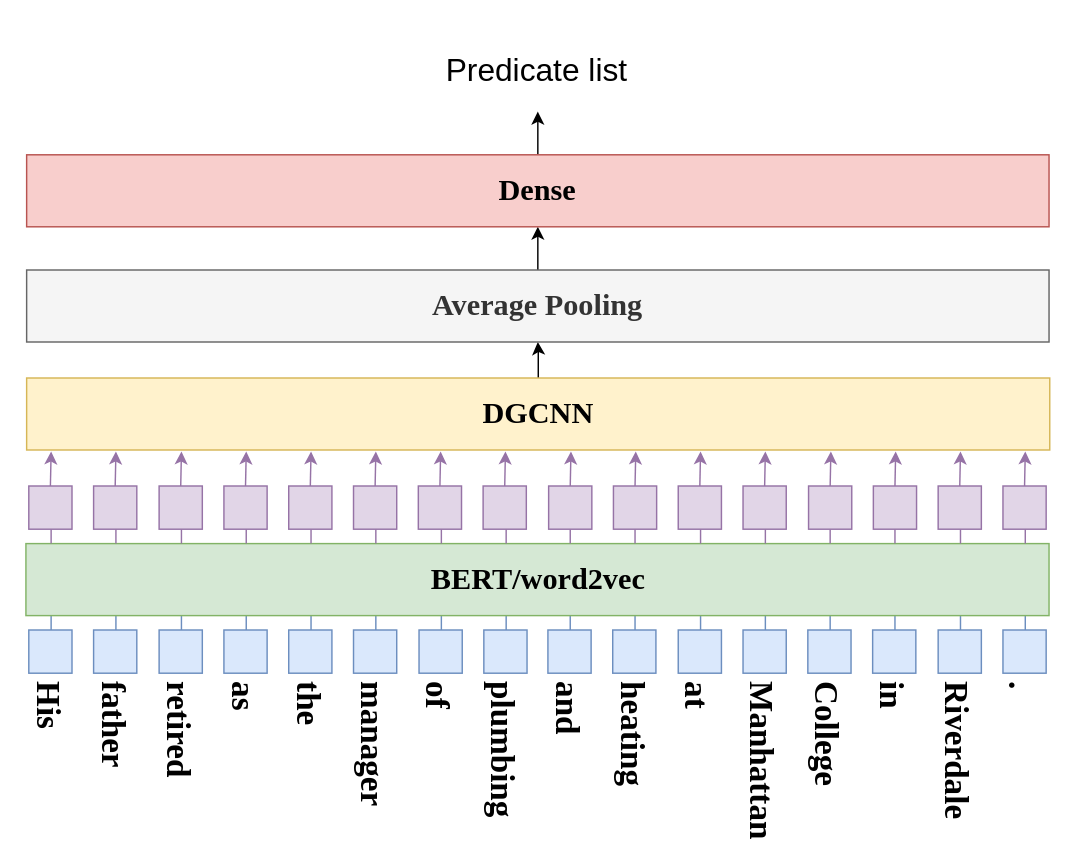
Before: Untitled Diagram.drawio in hcscctv/testforsolidity, a draw.io diagram. Source tidied: cells renumbered, new cells numbered last; positions are measured from the earlier drawing's top-left corner, leaving out a move shared by most shapes. Both pictures are drawn from the tidied source at 144%, with x=0, y=0 at pixel (17, 24).
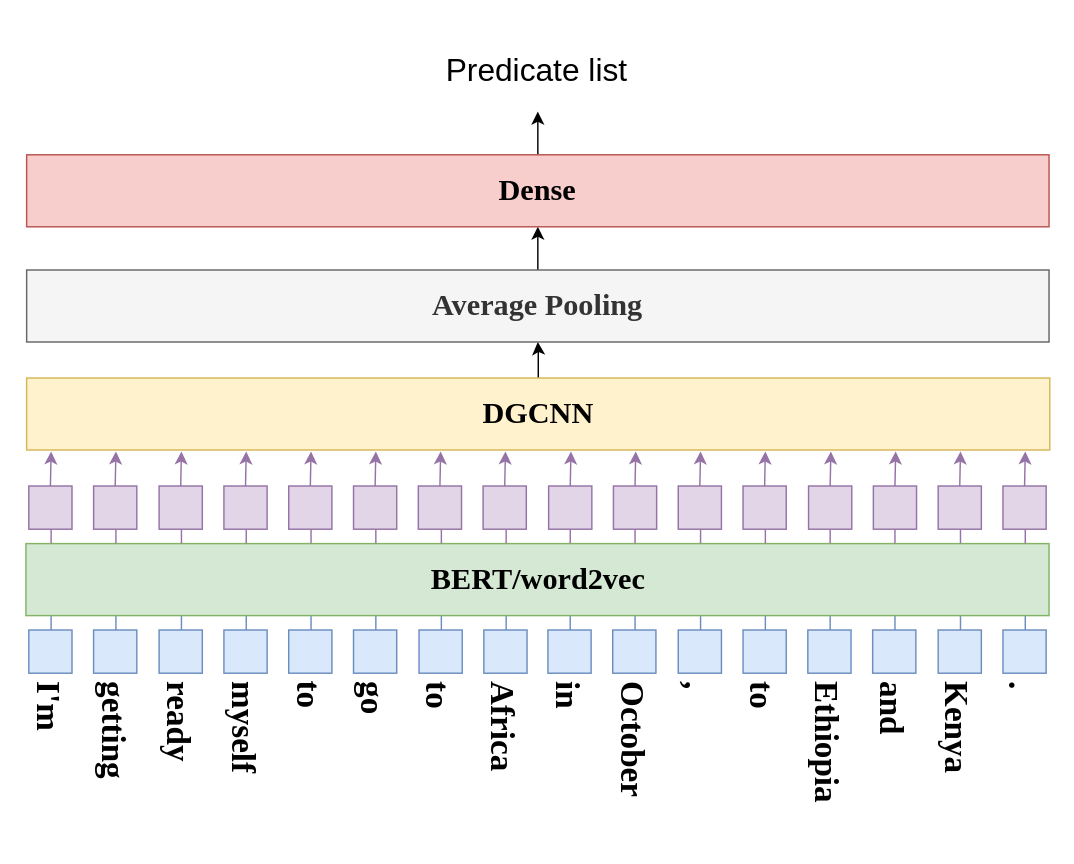
After the change.

Diff of the diagram source:
```diff
@@
-    <mxCell id="3" value="&lt;font style=&quot;font-size: 23px&quot; face=&quot;Times New Roman&quot;&gt;&lt;b&gt;His&lt;/b&gt;&lt;/font&gt;" style="text;html=1;strokeColor=none;fillColor=none;align=left;verticalAlign=middle;whiteSpace=wrap;rounded=0;rotation=90;" parent="1" vertex="1">
+    <mxCell id="3" value="&lt;font style=&quot;font-size: 23px&quot; face=&quot;Times New Roman&quot;&gt;&lt;b&gt;I'm&lt;/b&gt;&lt;/font&gt;" style="text;html=1;strokeColor=none;fillColor=none;align=left;verticalAlign=middle;whiteSpace=wrap;rounded=0;rotation=90;" parent="1" vertex="1">
       <mxGeometry y="461" width="45" height="30" as="geometry" />
     </mxCell>
-    <mxCell id="4" value="&lt;font style=&quot;font-size: 23px&quot; face=&quot;Times New Roman&quot;&gt;&lt;b&gt;father&lt;/b&gt;&lt;/font&gt;" style="text;html=1;strokeColor=none;fillColor=none;align=left;verticalAlign=middle;whiteSpace=wrap;rounded=0;rotation=90;" parent="1" vertex="1">
+    <mxCell id="4" value="&lt;font style=&quot;font-size: 23px&quot; face=&quot;Times New Roman&quot;&gt;&lt;b&gt;getting&lt;/b&gt;&lt;/font&gt;" style="text;html=1;strokeColor=none;fillColor=none;align=left;verticalAlign=middle;whiteSpace=wrap;rounded=0;rotation=90;" parent="1" vertex="1">
       <mxGeometry x="45" y="461" width="45" height="30" as="geometry" />
     </mxCell>
-    <mxCell id="5" value="&lt;font style=&quot;font-size: 23px&quot; face=&quot;Times New Roman&quot;&gt;&lt;b&gt;retired&lt;/b&gt;&lt;/font&gt;" style="text;html=1;strokeColor=none;fillColor=none;align=left;verticalAlign=middle;whiteSpace=wrap;rounded=0;rotation=90;" parent="1" vertex="1">
+    <mxCell id="5" value="&lt;font style=&quot;font-size: 23px&quot; face=&quot;Times New Roman&quot;&gt;&lt;b&gt;ready&lt;/b&gt;&lt;/font&gt;" style="text;html=1;strokeColor=none;fillColor=none;align=left;verticalAlign=middle;whiteSpace=wrap;rounded=0;rotation=90;" parent="1" vertex="1">
       <mxGeometry x="90" y="461" width="45" height="30" as="geometry" />
     </mxCell>
-    <mxCell id="6" value="&lt;font style=&quot;font-size: 23px&quot; face=&quot;Times New Roman&quot;&gt;&lt;b&gt;as&lt;/b&gt;&lt;/font&gt;" style="text;html=1;strokeColor=none;fillColor=none;align=left;verticalAlign=middle;whiteSpace=wrap;rounded=0;rotation=90;" parent="1" vertex="1">
+    <mxCell id="6" value="&lt;font style=&quot;font-size: 23px&quot; face=&quot;Times New Roman&quot;&gt;&lt;b&gt;myself&lt;/b&gt;&lt;/font&gt;" style="text;html=1;strokeColor=none;fillColor=none;align=left;verticalAlign=middle;whiteSpace=wrap;rounded=0;rotation=90;" parent="1" vertex="1">
       <mxGeometry x="135" y="461" width="45" height="30" as="geometry" />
     </mxCell>
-    <mxCell id="7" value="&lt;font style=&quot;font-size: 23px&quot; face=&quot;Times New Roman&quot;&gt;&lt;b&gt;the&lt;/b&gt;&lt;/font&gt;" style="text;html=1;strokeColor=none;fillColor=none;align=left;verticalAlign=middle;whiteSpace=wrap;rounded=0;rotation=90;" parent="1" vertex="1">
-      <mxGeometry x="180" y="461" width="45" height="30" as="geometry" />
+    <mxCell id="7" value="&lt;font style=&quot;font-size: 23px&quot; face=&quot;Times New Roman&quot;&gt;&lt;b&gt;to&lt;/b&gt;&lt;/font&gt;" style="text;html=1;strokeColor=none;fillColor=none;align=left;verticalAlign=middle;whiteSpace=wrap;rounded=0;rotation=90;" parent="1" vertex="1">
+      <mxGeometry x="180.5" y="460.5" width="45" height="31" as="geometry" />
     </mxCell>
-    <mxCell id="8" value="&lt;font style=&quot;font-size: 23px&quot; face=&quot;Times New Roman&quot;&gt;&lt;b&gt;manager&lt;/b&gt;&lt;/font&gt;" style="text;html=1;strokeColor=none;fillColor=none;align=left;verticalAlign=middle;whiteSpace=wrap;rounded=0;rotation=90;" parent="1" vertex="1">
+    <mxCell id="8" value="&lt;font style=&quot;font-size: 23px&quot; face=&quot;Times New Roman&quot;&gt;&lt;b&gt;go&lt;/b&gt;&lt;/font&gt;" style="text;html=1;strokeColor=none;fillColor=none;align=left;verticalAlign=middle;whiteSpace=wrap;rounded=0;rotation=90;" parent="1" vertex="1">
       <mxGeometry x="225" y="461" width="45" height="30" as="geometry" />
     </mxCell>
-    <mxCell id="9" value="&lt;font style=&quot;font-size: 23px&quot; face=&quot;Times New Roman&quot;&gt;&lt;b&gt;of&lt;/b&gt;&lt;/font&gt;" style="text;html=1;strokeColor=none;fillColor=none;align=left;verticalAlign=middle;whiteSpace=wrap;rounded=0;rotation=90;" parent="1" vertex="1">
+    <mxCell id="9" value="&lt;font style=&quot;font-size: 23px&quot; face=&quot;Times New Roman&quot;&gt;&lt;b&gt;to&lt;/b&gt;&lt;/font&gt;" style="text;html=1;strokeColor=none;fillColor=none;align=left;verticalAlign=middle;whiteSpace=wrap;rounded=0;rotation=90;" parent="1" vertex="1">
       <mxGeometry x="270" y="461" width="45" height="30" as="geometry" />
     </mxCell>
-    <mxCell id="10" value="&lt;font style=&quot;font-size: 23px&quot; face=&quot;Times New Roman&quot;&gt;&lt;b&gt;plumbing&lt;br&gt;&lt;/b&gt;&lt;/font&gt;" style="text;html=1;strokeColor=none;fillColor=none;align=left;verticalAlign=middle;whiteSpace=wrap;rounded=0;rotation=90;" parent="1" vertex="1">
+    <mxCell id="10" value="&lt;font style=&quot;font-size: 23px&quot; face=&quot;Times New Roman&quot;&gt;&lt;b&gt;Africa&lt;br&gt;&lt;/b&gt;&lt;/font&gt;" style="text;html=1;strokeColor=none;fillColor=none;align=left;verticalAlign=middle;whiteSpace=wrap;rounded=0;rotation=90;" parent="1" vertex="1">
       <mxGeometry x="315" y="461" width="45" height="30" as="geometry" />
     </mxCell>
-    <mxCell id="11" value="&lt;font style=&quot;font-size: 23px&quot; face=&quot;Times New Roman&quot;&gt;&lt;b&gt;and&lt;/b&gt;&lt;/font&gt;" style="text;html=1;strokeColor=none;fillColor=none;align=left;verticalAlign=middle;whiteSpace=wrap;rounded=0;rotation=90;" parent="1" vertex="1">
+    <mxCell id="11" value="&lt;font style=&quot;font-size: 23px&quot; face=&quot;Times New Roman&quot;&gt;&lt;b&gt;in&lt;/b&gt;&lt;/font&gt;" style="text;html=1;strokeColor=none;fillColor=none;align=left;verticalAlign=middle;whiteSpace=wrap;rounded=0;rotation=90;" parent="1" vertex="1">
       <mxGeometry x="360" y="461" width="45" height="30" as="geometry" />
     </mxCell>
-    <mxCell id="12" value="&lt;font style=&quot;font-size: 23px&quot; face=&quot;Times New Roman&quot;&gt;&lt;b&gt;heating&lt;/b&gt;&lt;/font&gt;" style="text;html=1;strokeColor=none;fillColor=none;align=left;verticalAlign=middle;whiteSpace=wrap;rounded=0;rotation=90;" parent="1" vertex="1">
+    <mxCell id="12" value="&lt;font style=&quot;font-size: 23px&quot; face=&quot;Times New Roman&quot;&gt;&lt;b&gt;October&lt;/b&gt;&lt;/font&gt;" style="text;html=1;strokeColor=none;fillColor=none;align=left;verticalAlign=middle;whiteSpace=wrap;rounded=0;rotation=90;" parent="1" vertex="1">
       <mxGeometry x="405" y="461" width="45" height="30" as="geometry" />
     </mxCell>
-    <mxCell id="13" value="&lt;font style=&quot;font-size: 23px&quot; face=&quot;Times New Roman&quot;&gt;&lt;b&gt;at&lt;/b&gt;&lt;/font&gt;" style="text;html=1;strokeColor=none;fillColor=none;align=left;verticalAlign=middle;whiteSpace=wrap;rounded=0;rotation=90;" parent="1" vertex="1">
+    <mxCell id="13" value="&lt;font face=&quot;Times New Roman&quot;&gt;&lt;span style=&quot;font-size: 23px&quot;&gt;&lt;b&gt;,&lt;/b&gt;&lt;/span&gt;&lt;/font&gt;" style="text;html=1;strokeColor=none;fillColor=none;align=left;verticalAlign=middle;whiteSpace=wrap;rounded=0;rotation=90;" parent="1" vertex="1">
       <mxGeometry x="450" y="461" width="45" height="30" as="geometry" />
     </mxCell>
-    <mxCell id="14" value="&lt;font face=&quot;Times New Roman&quot;&gt;&lt;span style=&quot;font-size: 23px&quot;&gt;&lt;b&gt;Manhattan&lt;/b&gt;&lt;/span&gt;&lt;/font&gt;" style="text;html=1;strokeColor=none;fillColor=none;align=left;verticalAlign=middle;whiteSpace=wrap;rounded=0;rotation=90;" parent="1" vertex="1">
+    <mxCell id="14" value="&lt;font face=&quot;Times New Roman&quot;&gt;&lt;span style=&quot;font-size: 23px&quot;&gt;&lt;b&gt;to&lt;/b&gt;&lt;/span&gt;&lt;/font&gt;" style="text;html=1;strokeColor=none;fillColor=none;align=left;verticalAlign=middle;whiteSpace=wrap;rounded=0;rotation=90;" parent="1" vertex="1">
       <mxGeometry x="495" y="461" width="45" height="30" as="geometry" />
     </mxCell>
-    <mxCell id="15" value="&lt;font face=&quot;Times New Roman&quot;&gt;&lt;span style=&quot;font-size: 23px&quot;&gt;&lt;b&gt;College&lt;/b&gt;&lt;/span&gt;&lt;/font&gt;" style="text;html=1;strokeColor=none;fillColor=none;align=left;verticalAlign=middle;whiteSpace=wrap;rounded=0;rotation=90;" parent="1" vertex="1">
+    <mxCell id="15" value="&lt;font face=&quot;Times New Roman&quot;&gt;&lt;span style=&quot;font-size: 23px&quot;&gt;&lt;b&gt;Ethiopia&lt;/b&gt;&lt;/span&gt;&lt;/font&gt;" style="text;html=1;strokeColor=none;fillColor=none;align=left;verticalAlign=middle;whiteSpace=wrap;rounded=0;rotation=90;" parent="1" vertex="1">
       <mxGeometry x="540" y="461" width="45" height="30" as="geometry" />
     </mxCell>
-    <mxCell id="16" value="&lt;font style=&quot;font-size: 23px&quot; face=&quot;Times New Roman&quot;&gt;&lt;b&gt;in&lt;/b&gt;&lt;/font&gt;" style="text;html=1;strokeColor=none;fillColor=none;align=left;verticalAlign=middle;whiteSpace=wrap;rounded=0;rotation=90;" parent="1" vertex="1">
+    <mxCell id="16" value="&lt;font face=&quot;Times New Roman&quot;&gt;&lt;span style=&quot;font-size: 23px&quot;&gt;&lt;b&gt;and&lt;/b&gt;&lt;/span&gt;&lt;/font&gt;" style="text;html=1;strokeColor=none;fillColor=none;align=left;verticalAlign=middle;whiteSpace=wrap;rounded=0;rotation=90;" parent="1" vertex="1">
       <mxGeometry x="585" y="461" width="45" height="30" as="geometry" />
     </mxCell>
-    <mxCell id="17" value="&lt;font face=&quot;Times New Roman&quot;&gt;&lt;span style=&quot;font-size: 23px&quot;&gt;&lt;b&gt;Riverdale&lt;/b&gt;&lt;/span&gt;&lt;/font&gt;" style="text;html=1;strokeColor=none;fillColor=none;align=left;verticalAlign=middle;whiteSpace=wrap;rounded=0;rotation=90;" parent="1" vertex="1">
+    <mxCell id="17" value="&lt;font face=&quot;Times New Roman&quot;&gt;&lt;span style=&quot;font-size: 23px&quot;&gt;&lt;b&gt;Kenya&lt;/b&gt;&lt;/span&gt;&lt;/font&gt;" style="text;html=1;strokeColor=none;fillColor=none;align=left;verticalAlign=middle;whiteSpace=wrap;rounded=0;rotation=90;" parent="1" vertex="1">
       <mxGeometry x="630" y="461" width="45" height="30" as="geometry" />
     </mxCell>
```
